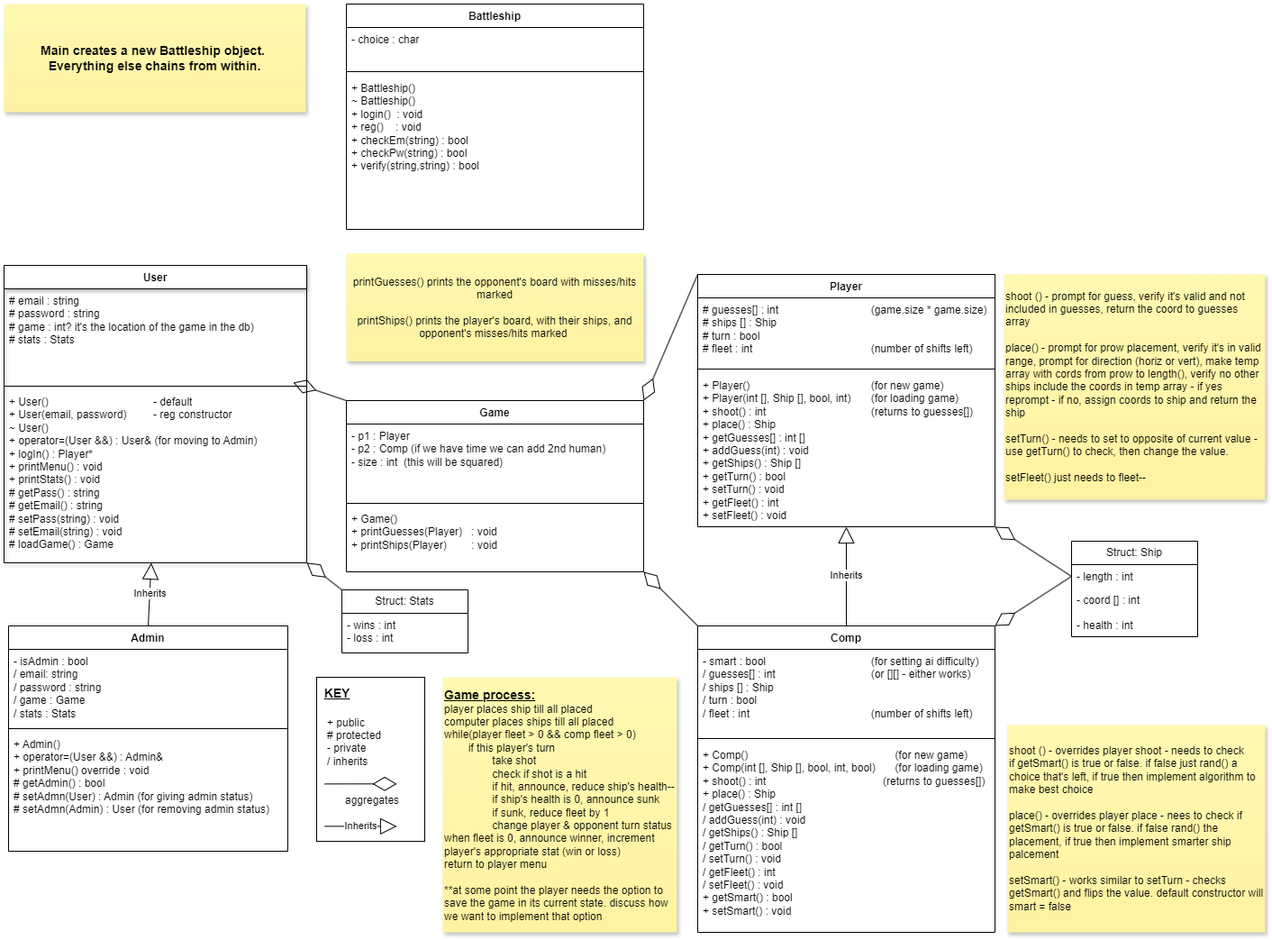
The draw.io diagram BattleshipClasses.drawio.png in StephaniePeacock/Battleship, before a commit. Source tidied: cells renumbered, new cells last; positions are measured from the earlier drawing's top-left corner, leaving out a move shared by most shapes.
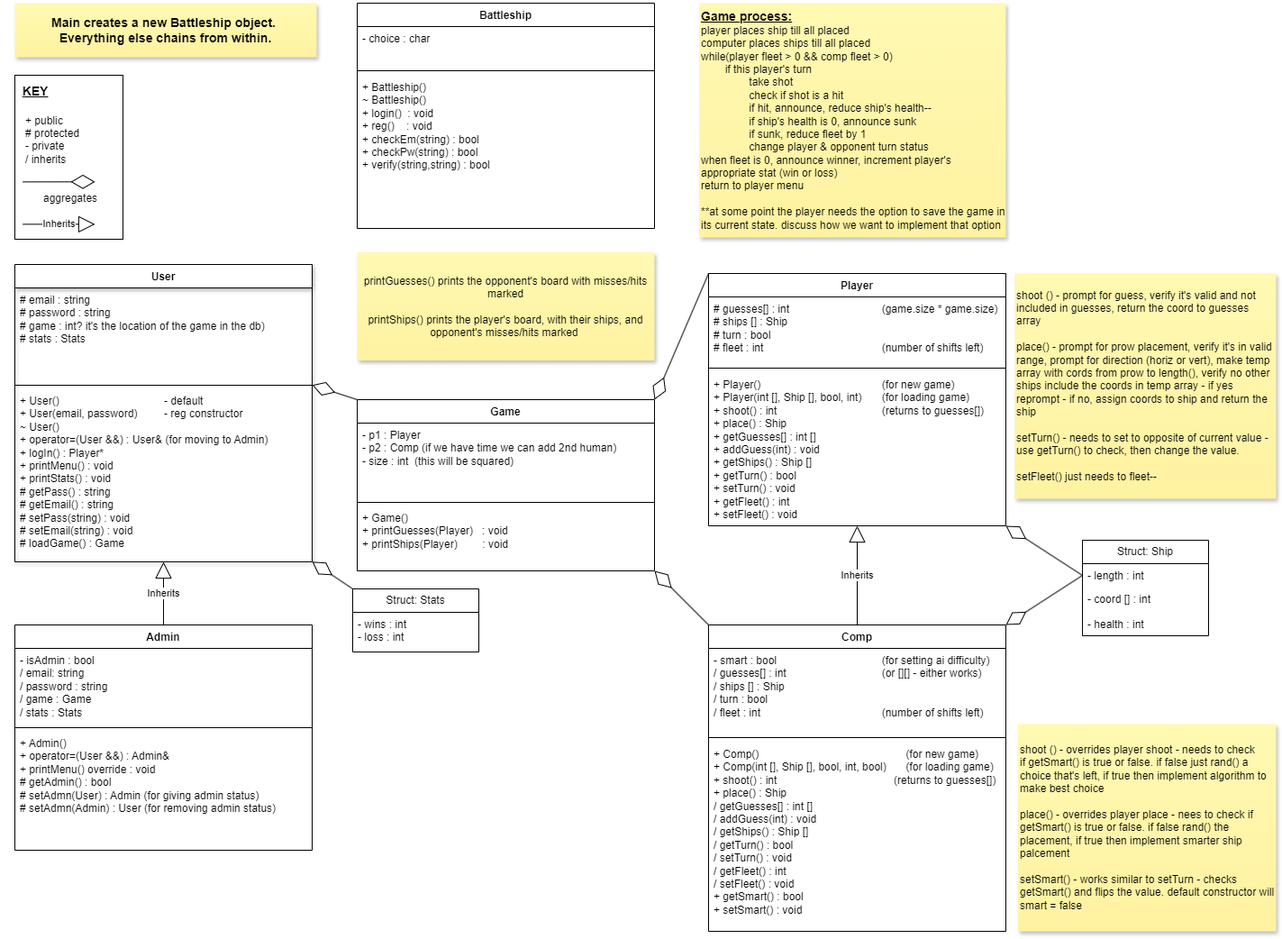
Above is the later version.

Commit message:
moved things a bit

The edit, as a diff of the source:
```diff
@@ -3,16 +3,16 @@
     <mxCell id="0" />
     <mxCell id="1" parent="0" />
     <mxCell id="2" value="User" style="swimlane;fontStyle=1;align=center;verticalAlign=top;horizontal=1;startSize=26;whiteSpace=wrap;html=1;shadow=1;" parent="1" vertex="1">
-      <mxGeometry y="290" width="336" height="330" as="geometry" />
+      <mxGeometry y="290" width="330" height="330" as="geometry" />
     </mxCell>
     <mxCell id="3" value="# email : string&lt;br&gt;# password : string&lt;div&gt;&lt;div&gt;# game : int? it's the location of the game in the db)&lt;/div&gt;&lt;div&gt;# stats : Stats&lt;/div&gt;&lt;/div&gt;" style="text;strokeColor=none;fillColor=none;align=left;verticalAlign=top;spacingLeft=4;spacingRight=4;overflow=hidden;points=[[0,0.5],[1,0.5]];portConstraint=eastwest;whiteSpace=wrap;html=1;" parent="2" vertex="1">
-      <mxGeometry y="26" width="336" height="104" as="geometry" />
+      <mxGeometry y="26" width="330" height="104" as="geometry" />
     </mxCell>
     <mxCell id="4" style="line;strokeWidth=1;fillColor=none;align=left;verticalAlign=middle;spacingTop=-1;spacingLeft=3;spacingRight=3;labelPosition=right;points=[];portConstraint=eastwest;strokeColor=inherit;" parent="2" vertex="1">
-      <mxGeometry y="130" width="336" height="8" as="geometry" />
+      <mxGeometry y="130" width="330" height="8" as="geometry" />
     </mxCell>
     <mxCell id="5" value="+ User()&lt;span style=&quot;white-space: pre;&quot;&gt;&#9;&lt;/span&gt;&lt;span style=&quot;white-space: pre;&quot;&gt;&#9;&lt;/span&gt;&lt;span style=&quot;white-space: pre;&quot;&gt;&#9;&lt;span style=&quot;white-space: pre;&quot;&gt;&#9;&lt;/span&gt;&lt;span style=&quot;white-space: pre;&quot;&gt;&#9;&lt;/span&gt;&lt;/span&gt;- default&lt;br&gt;+ User(email, password) &lt;span style=&quot;white-space: pre;&quot;&gt;&#9;&lt;/span&gt;- reg constructor&lt;div&gt;&lt;div&gt;~ User()&lt;/div&gt;&lt;div&gt;+ operator=(User &amp;amp;&amp;amp;) : User&amp;amp; (for moving to Admin)&lt;br&gt;&lt;div&gt;+ logIn() : Player*&lt;/div&gt;&lt;div&gt;+ printMenu() : void&lt;/div&gt;&lt;/div&gt;&lt;div&gt;+ printStats() : void&lt;/div&gt;&lt;div&gt;# getPass() : string&lt;/div&gt;&lt;div&gt;# getEmail() : string&lt;/div&gt;&lt;div&gt;&lt;span style=&quot;background-color: initial;&quot;&gt;# setPass(string) : void&lt;/span&gt;&lt;br&gt;&lt;/div&gt;&lt;div&gt;# setEmail(string) : void&lt;/div&gt;&lt;div&gt;# loadGame() : Game&lt;/div&gt;&lt;div&gt;&lt;br&gt;&lt;/div&gt;&lt;/div&gt;" style="text;strokeColor=none;fillColor=none;align=left;verticalAlign=top;spacingLeft=4;spacingRight=4;overflow=hidden;points=[[0,0.5],[1,0.5]];portConstraint=eastwest;whiteSpace=wrap;html=1;" parent="2" vertex="1">
-      <mxGeometry y="138" width="336" height="192" as="geometry" />
+      <mxGeometry y="138" width="330" height="192" as="geometry" />
     </mxCell>
     <mxCell id="6" value="Player" style="swimlane;fontStyle=1;align=center;verticalAlign=top;horizontal=1;startSize=26;whiteSpace=wrap;html=1;" parent="1" vertex="1">
       <mxGeometry x="770" y="300" width="330" height="280" as="geometry" />
@@ -27,16 +27,16 @@
       <mxGeometry y="110" width="330" height="170" as="geometry" />
     </mxCell>
     <mxCell id="10" value="Admin" style="swimlane;fontStyle=1;align=center;verticalAlign=top;horizontal=1;startSize=26;whiteSpace=wrap;html=1;" parent="1" vertex="1">
-      <mxGeometry x="5" y="690" width="310" height="250" as="geometry" />
+      <mxGeometry y="690" width="330" height="250" as="geometry" />
     </mxCell>
     <mxCell id="11" value="- isAdmin : bool&lt;div&gt;/ email: string&lt;/div&gt;&lt;div&gt;/ password : string&lt;/div&gt;&lt;div&gt;/ game : Game&lt;/div&gt;&lt;div&gt;/ stats : Stats&lt;/div&gt;&lt;div&gt;&lt;br&gt;&lt;/div&gt;" style="text;strokeColor=none;fillColor=none;align=left;verticalAlign=top;spacingLeft=4;spacingRight=4;overflow=hidden;whiteSpace=wrap;html=1;" parent="10" vertex="1">
-      <mxGeometry y="26" width="310" height="84" as="geometry" />
+      <mxGeometry y="26" width="330" height="84" as="geometry" />
     </mxCell>
     <mxCell id="12" style="line;strokeWidth=1;fillColor=none;align=left;verticalAlign=middle;spacingTop=-1;spacingLeft=3;spacingRight=3;labelPosition=right;strokeColor=inherit;" parent="10" vertex="1">
-      <mxGeometry y="110" width="310" height="8" as="geometry" />
+      <mxGeometry y="110" width="330" height="8" as="geometry" />
     </mxCell>
     <mxCell id="13" value="+ Admin()&lt;div&gt;+ operator=(User &amp;amp;&amp;amp;) : Admin&amp;amp;&lt;br&gt;&lt;div&gt;+ printMenu() override : void&lt;/div&gt;&lt;/div&gt;&lt;div&gt;# getAdmin() : bool&lt;/div&gt;&lt;div&gt;# setAdmn(User) : Admin (for giving admin status)&lt;/div&gt;&lt;div&gt;# setAdmn(Admin) : User (for removing admin status)&lt;/div&gt;" style="text;strokeColor=none;fillColor=none;align=left;verticalAlign=top;spacingLeft=4;spacingRight=4;overflow=hidden;whiteSpace=wrap;html=1;" parent="10" vertex="1">
-      <mxGeometry y="118" width="310" height="132" as="geometry" />
+      <mxGeometry y="118" width="330" height="132" as="geometry" />
     </mxCell>
     <mxCell id="14" value="Game" style="swimlane;fontStyle=1;align=center;verticalAlign=top;horizontal=1;startSize=26;whiteSpace=wrap;html=1;" parent="1" vertex="1">
       <mxGeometry x="380" y="440" width="330" height="190" as="geometry" />
@@ -66,7 +66,7 @@
       <mxGeometry x="1110" y="300" width="290" height="250" as="geometry" />
     </mxCell>
     <mxCell id="23" value="&lt;b&gt;&lt;u&gt;&lt;font style=&quot;font-size: 14px;&quot;&gt;Game process:&lt;/font&gt;&lt;/u&gt;&lt;/b&gt;&lt;div&gt;player places ship till all placed&lt;/div&gt;&lt;div&gt;computer places ships till all placed&lt;/div&gt;&lt;div&gt;while(player fleet &amp;gt; 0 &amp;amp;&amp;amp; comp fleet &amp;gt; 0)&lt;/div&gt;&lt;div&gt;&lt;span style=&quot;white-space: pre;&quot;&gt;&#9;&lt;/span&gt;if this player's turn&lt;/div&gt;&lt;div&gt;&lt;span style=&quot;white-space: pre;&quot;&gt;&#9;&lt;span style=&quot;white-space: pre;&quot;&gt;&#9;&lt;/span&gt;&lt;/span&gt;take shot&lt;br&gt;&lt;/div&gt;&lt;div&gt;&lt;span style=&quot;white-space: pre;&quot;&gt;&#9;&lt;span style=&quot;white-space: pre;&quot;&gt;&#9;&lt;/span&gt;&lt;/span&gt;check if shot is a hit&lt;br&gt;&lt;/div&gt;&lt;div&gt;&lt;span style=&quot;white-space: pre;&quot;&gt;&#9;&lt;span style=&quot;white-space: pre;&quot;&gt;&#9;&lt;/span&gt;&lt;/span&gt;if hit, announce, reduce ship's health--&lt;br&gt;&lt;/div&gt;&lt;div&gt;&lt;span style=&quot;white-space: pre;&quot;&gt;&#9;&lt;span style=&quot;white-space: pre;&quot;&gt;&#9;&lt;/span&gt;&lt;/span&gt;if ship's health is 0, announce sunk&lt;br&gt;&lt;/div&gt;&lt;div&gt;&lt;span style=&quot;white-space: pre;&quot;&gt;&#9;&lt;span style=&quot;white-space: pre;&quot;&gt;&#9;&lt;/span&gt;&lt;/span&gt;if sunk, reduce fleet by 1&lt;/div&gt;&lt;div&gt;&lt;span style=&quot;white-space: pre;&quot;&gt;&#9;&lt;/span&gt;&lt;span style=&quot;white-space: pre;&quot;&gt;&#9;&lt;/span&gt;change player &amp;amp; opponent turn status&lt;/div&gt;&lt;div&gt;when fleet is 0, announce winner, increment player's appropriate stat (win or loss)&lt;/div&gt;&lt;div&gt;return to player menu&lt;/div&gt;&lt;div&gt;&lt;span style=&quot;background-color: initial;&quot;&gt;&amp;nbsp;&lt;/span&gt;&lt;/div&gt;&lt;div&gt;&lt;span style=&quot;background-color: initial;&quot;&gt;**at some point the player needs the option to save the game in its current state. discuss how we want to implement that option&lt;/span&gt;&lt;/div&gt;" style="shape=note;whiteSpace=wrap;html=1;backgroundOutline=1;fontColor=#000000;darkOpacity=0.05;fillColor=#FFF9B2;strokeColor=none;fillStyle=solid;direction=west;gradientDirection=north;gradientColor=#FFF2A1;shadow=1;size=0;align=left;" parent="1" vertex="1">
-      <mxGeometry x="487" y="747" width="260" height="283" as="geometry" />
+      <mxGeometry x="760" width="340" height="260" as="geometry" />
     </mxCell>
     <mxCell id="24" value="Inherits" style="endArrow=block;endSize=16;endFill=0;html=1;rounded=0;exitX=0.5;exitY=0;exitDx=0;exitDy=0;" parent="1" edge="1" source="10" target="5">
       <mxGeometry relative="1" as="geometry" />
@@ -104,11 +104,11 @@
     <mxCell id="35" style="endArrow=diamondThin;endFill=0;endSize=24;html=1;rounded=0;exitX=0;exitY=0;exitDx=0;exitDy=0;entryX=1;entryY=0;entryDx=0;entryDy=0;" parent="1" edge="1" source="6" target="14">
       <mxGeometry relative="1" as="geometry" />
     </mxCell>
-    <mxCell id="36" style="endArrow=diamondThin;endFill=0;endSize=24;html=1;rounded=0;exitX=0;exitY=0;exitDx=0;exitDy=0;" parent="1" edge="1" source="14" target="3">
+    <mxCell id="36" style="endArrow=diamondThin;endFill=0;endSize=24;html=1;rounded=0;exitX=0;exitY=0;exitDx=0;exitDy=0;entryX=1;entryY=0.475;entryDx=0;entryDy=0;entryPerimeter=0;" parent="1" edge="1" source="14" target="4">
       <mxGeometry relative="1" as="geometry" />
     </mxCell>
     <mxCell id="37" style="group;" parent="1" vertex="1">
-      <mxGeometry x="347" y="747" width="120" height="182" as="geometry" />
+      <mxGeometry y="80" width="120" height="182" as="geometry" />
     </mxCell>
     <mxCell id="38" value="&amp;nbsp; &lt;b&gt;&lt;u&gt;&lt;font style=&quot;font-size: 14px;&quot;&gt;KEY&lt;/font&gt;&lt;/u&gt;&lt;/b&gt;&lt;div&gt;&lt;span style=&quot;font-size: 14px;&quot;&gt;&lt;b&gt;&lt;u&gt;&lt;br&gt;&lt;/u&gt;&lt;/b&gt;&lt;/span&gt;&lt;div&gt;&amp;nbsp; &amp;nbsp;+ public&lt;div&gt;&amp;nbsp; &amp;nbsp;# protected&lt;/div&gt;&lt;div&gt;&amp;nbsp; &amp;nbsp;- private&lt;/div&gt;&lt;div&gt;&amp;nbsp; &amp;nbsp;/ inherits&lt;/div&gt;&lt;div&gt;&lt;br&gt;&lt;/div&gt;&lt;div&gt;&amp;nbsp; &amp;nbsp; &amp;nbsp; &amp;nbsp; &amp;nbsp; &amp;nbsp; &amp;nbsp;&amp;nbsp;&lt;/div&gt;&lt;div&gt;&amp;nbsp; &amp;nbsp; &amp;nbsp; &amp;nbsp; &amp;nbsp;aggregates&lt;/div&gt;&lt;div&gt;&lt;br&gt;&lt;/div&gt;&lt;div&gt;&lt;br&gt;&lt;/div&gt;&lt;/div&gt;&lt;/div&gt;" style="rounded=0;whiteSpace=wrap;html=1;align=left;" parent="37" vertex="1">
       <mxGeometry width="120" height="182" as="geometry" />
@@ -147,7 +147,7 @@
       <mxGeometry y="80" width="330" height="170" as="geometry" />
     </mxCell>
     <mxCell id="48" value="&lt;h3&gt;Main creates a new Battleship object.&amp;nbsp;&lt;br&gt;Everything else chains from within.&lt;/h3&gt;" style="shape=note;whiteSpace=wrap;html=1;backgroundOutline=1;fontColor=#000000;darkOpacity=0.05;fillColor=#FFF9B2;strokeColor=none;fillStyle=solid;direction=west;gradientDirection=north;gradientColor=#FFF2A1;shadow=1;size=0;" parent="1" vertex="1">
-      <mxGeometry width="335" height="120" as="geometry" />
+      <mxGeometry width="335" height="60" as="geometry" />
     </mxCell>
   </root>
 </mxGraphModel>
```
